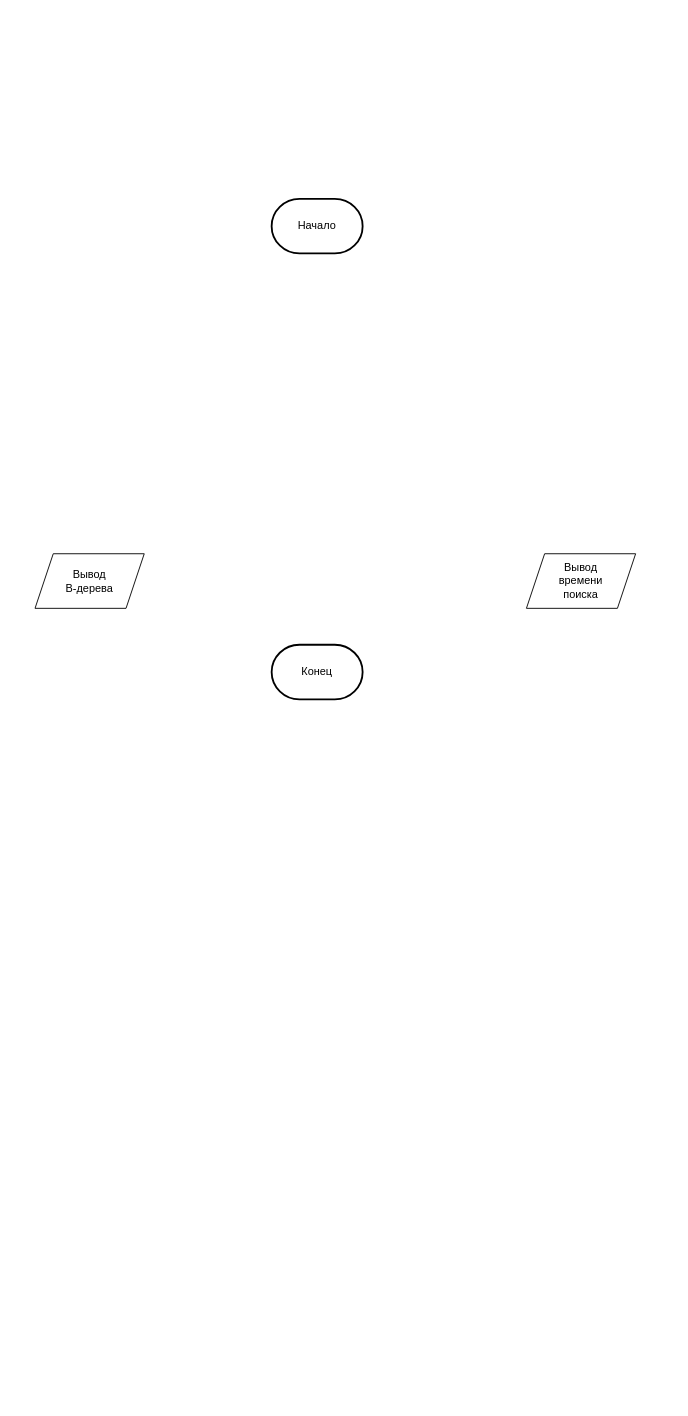
This is Scheme.drawio from IgromanA/Coursework, a draw.io file, before an edit. Source tidied: cells renumbered, new cells numbered last; positions are measured from the earlier drawing's top-left corner, leaving out a move shared by most shapes. Both pictures are drawn from the tidied source at 91%, with x=0, y=0 at pixel (35, 198).
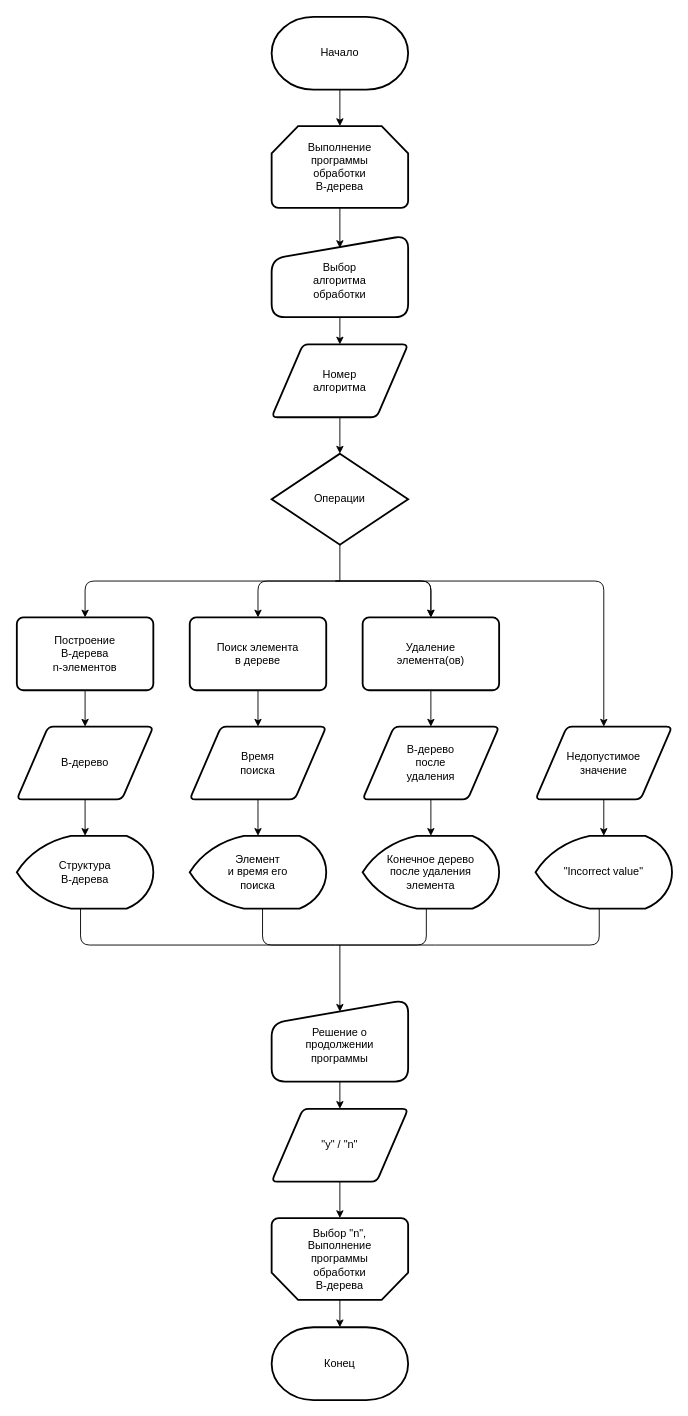
The same diagram, later.

Commit message:
Algorithm Flowchart

What changed in the source:
```diff
@@
+    <mxCell id="6" style="edgeStyle=none;html=1;entryX=0.5;entryY=0;entryDx=0;entryDy=0;entryPerimeter=0;" parent="1" edge="1" source="2" target="25">
+      <mxGeometry relative="1" as="geometry" />
+    </mxCell>
-    <mxCell id="2" value="Начало" style="strokeWidth=2;html=1;shape=mxgraph.flowchart.terminator;whiteSpace=wrap;" parent="1" vertex="1">
-      <mxGeometry x="260" width="100" height="60" as="geometry" />
+    <mxCell id="2" value="Начало" style="strokeWidth=2;html=1;shape=mxgraph.flowchart.terminator;whiteSpace=wrap;rounded=0;" parent="1" vertex="1">
+      <mxGeometry x="260" y="-200" width="150" height="80" as="geometry" />
     </mxCell>
-    <mxCell id="3" value="Вывод&lt;br&gt;В-дерева" style="shape=parallelogram;perimeter=parallelogramPerimeter;whiteSpace=wrap;html=1;fixedSize=1;" parent="1" vertex="1">
-      <mxGeometry y="390" width="120" height="60" as="geometry" />
-    </mxCell>
-    <mxCell id="4" value="Конец" style="strokeWidth=2;html=1;shape=mxgraph.flowchart.terminator;whiteSpace=wrap;" parent="1" vertex="1">
-      <mxGeometry x="260" y="490" width="100" height="60" as="geometry" />
+    <mxCell id="4" value="Конец" style="strokeWidth=2;html=1;shape=mxgraph.flowchart.terminator;whiteSpace=wrap;rounded=0;" parent="1" vertex="1">
+      <mxGeometry x="260" y="1240" width="150" height="80" as="geometry" />
     </mxCell>
-    <mxCell id="5" value="Вывод&lt;br&gt;времени&lt;br&gt;поиска" style="shape=parallelogram;perimeter=parallelogramPerimeter;whiteSpace=wrap;html=1;fixedSize=1;" parent="1" vertex="1">
-      <mxGeometry x="540" y="390" width="120" height="60" as="geometry" />
-    </mxCell>
+    <mxCell id="7" style="edgeStyle=none;html=1;entryX=0.5;entryY=0;entryDx=0;entryDy=0;" parent="1" edge="1" source="8" target="15">
+      <mxGeometry relative="1" as="geometry" />
+    </mxCell>
+    <mxCell id="8" value="Выбор&lt;br&gt;алгоритма&lt;br&gt;обработки" style="html=1;strokeWidth=2;shape=manualInput;whiteSpace=wrap;rounded=1;size=26;arcSize=29;verticalAlign=middle;spacing=0;spacingTop=10;" parent="1" vertex="1">
+      <mxGeometry x="260" y="40" width="150" height="90" as="geometry" />
+    </mxCell>
+    <mxCell id="9" style="edgeStyle=none;html=1;entryX=0.5;entryY=0;entryDx=0;entryDy=0;" parent="1" edge="1" target="29">
+      <mxGeometry relative="1" as="geometry">
+        <mxPoint x="330" y="420" as="sourcePoint" />
+        <Array as="points">
+          <mxPoint x="55" y="420" />
+        </Array>
+      </mxGeometry>
+    </mxCell>
+    <mxCell id="10" style="edgeStyle=none;html=1;entryX=0.5;entryY=0;entryDx=0;entryDy=0;" parent="1" edge="1" target="31">
+      <mxGeometry relative="1" as="geometry">
+        <mxPoint x="335" y="420" as="sourcePoint" />
+        <Array as="points">
+          <mxPoint x="245" y="420" />
+        </Array>
+      </mxGeometry>
+    </mxCell>
+    <mxCell id="11" style="edgeStyle=none;html=1;entryX=0.5;entryY=0;entryDx=0;entryDy=0;" parent="1" edge="1" target="33">
+      <mxGeometry relative="1" as="geometry">
+        <mxPoint x="330" y="420" as="sourcePoint" />
+        <Array as="points">
+          <mxPoint x="435" y="420" />
+        </Array>
+      </mxGeometry>
+    </mxCell>
+    <mxCell id="12" style="edgeStyle=none;html=1;entryX=0.5;entryY=0;entryDx=0;entryDy=0;" parent="1" edge="1" target="23">
+      <mxGeometry relative="1" as="geometry">
+        <mxPoint x="330" y="420" as="sourcePoint" />
+        <Array as="points">
+          <mxPoint x="625" y="420" />
+        </Array>
+      </mxGeometry>
+    </mxCell>
+    <mxCell id="13" value="Операции" style="strokeWidth=2;html=1;shape=mxgraph.flowchart.decision;whiteSpace=wrap;" parent="1" vertex="1">
+      <mxGeometry x="260" y="280" width="150" height="100" as="geometry" />
+    </mxCell>
+    <mxCell id="14" style="edgeStyle=none;html=1;entryX=0.5;entryY=0;entryDx=0;entryDy=0;entryPerimeter=0;" parent="1" edge="1" source="15" target="13">
+      <mxGeometry relative="1" as="geometry" />
+    </mxCell>
+    <mxCell id="15" value="Номер&lt;br&gt;алгоритма" style="shape=parallelogram;html=1;strokeWidth=2;perimeter=parallelogramPerimeter;whiteSpace=wrap;rounded=1;arcSize=12;size=0.23;" parent="1" vertex="1">
+      <mxGeometry x="260" y="160" width="150" height="80" as="geometry" />
+    </mxCell>
+    <mxCell id="16" style="edgeStyle=none;html=1;" parent="1" edge="1" source="17" target="45">
+      <mxGeometry relative="1" as="geometry" />
+    </mxCell>
+    <mxCell id="17" value="В-дерево" style="shape=parallelogram;html=1;strokeWidth=2;perimeter=parallelogramPerimeter;whiteSpace=wrap;rounded=1;arcSize=12;size=0.23;" parent="1" vertex="1">
+      <mxGeometry x="-20" y="580" width="150" height="80" as="geometry" />
+    </mxCell>
+    <mxCell id="18" style="edgeStyle=none;html=1;" parent="1" edge="1" source="19" target="46">
+      <mxGeometry relative="1" as="geometry" />
+    </mxCell>
+    <mxCell id="19" value="Время&lt;br&gt;поиска" style="shape=parallelogram;html=1;strokeWidth=2;perimeter=parallelogramPerimeter;whiteSpace=wrap;rounded=1;arcSize=12;size=0.23;" parent="1" vertex="1">
+      <mxGeometry x="170" y="580" width="150" height="80" as="geometry" />
+    </mxCell>
+    <mxCell id="20" style="edgeStyle=none;html=1;" parent="1" edge="1" source="21" target="47">
+      <mxGeometry relative="1" as="geometry" />
+    </mxCell>
+    <mxCell id="21" value="В-дерево&lt;br&gt;после&lt;br&gt;удаления" style="shape=parallelogram;html=1;strokeWidth=2;perimeter=parallelogramPerimeter;whiteSpace=wrap;rounded=1;arcSize=12;size=0.23;" parent="1" vertex="1">
+      <mxGeometry x="360" y="580" width="150" height="80" as="geometry" />
+    </mxCell>
+    <mxCell id="22" style="edgeStyle=none;html=1;" parent="1" edge="1" source="23" target="48">
+      <mxGeometry relative="1" as="geometry" />
+    </mxCell>
+    <mxCell id="23" value="Недопустимое&lt;br&gt;значение" style="shape=parallelogram;html=1;strokeWidth=2;perimeter=parallelogramPerimeter;whiteSpace=wrap;rounded=1;arcSize=12;size=0.23;" parent="1" vertex="1">
+      <mxGeometry x="550" y="580" width="150" height="80" as="geometry" />
+    </mxCell>
+    <mxCell id="24" style="edgeStyle=none;html=1;entryX=0.5;entryY=0.156;entryDx=0;entryDy=0;entryPerimeter=0;" parent="1" edge="1" source="25" target="8">
+      <mxGeometry relative="1" as="geometry" />
+    </mxCell>
+    <mxCell id="25" value="Выполнение&lt;br&gt;программы&lt;br&gt;обработки&lt;br&gt;В-дерева" style="strokeWidth=2;html=1;shape=mxgraph.flowchart.loop_limit;whiteSpace=wrap;" parent="1" vertex="1">
+      <mxGeometry x="260" y="-80" width="150" height="90" as="geometry" />
+    </mxCell>
+    <mxCell id="26" style="edgeStyle=none;html=1;entryX=0.5;entryY=0;entryDx=0;entryDy=0;entryPerimeter=0;" parent="1" edge="1" source="27" target="4">
+      <mxGeometry relative="1" as="geometry" />
+    </mxCell>
+    <mxCell id="27" value="Выбор &quot;n&quot;,&lt;br&gt;Выполнение&lt;br&gt;программы&lt;br&gt;обработки&lt;br&gt;В-дерева" style="strokeWidth=2;shape=mxgraph.flowchart.loop_limit;rotation=0;verticalAlign=middle;horizontal=1;whiteSpace=wrap;html=1;spacingBottom=0;direction=west;" parent="1" vertex="1">
+      <mxGeometry x="260" y="1120" width="150" height="90" as="geometry" />
+    </mxCell>
+    <mxCell id="28" style="edgeStyle=none;html=1;" parent="1" edge="1" source="29" target="17">
+      <mxGeometry relative="1" as="geometry" />
+    </mxCell>
+    <mxCell id="29" value="Построение&lt;br&gt;В-дерева&lt;br&gt;n-элементов" style="rounded=1;whiteSpace=wrap;html=1;absoluteArcSize=1;arcSize=14;strokeWidth=2;" parent="1" vertex="1">
+      <mxGeometry x="-20" y="460" width="150" height="80" as="geometry" />
+    </mxCell>
+    <mxCell id="30" style="edgeStyle=none;html=1;" parent="1" edge="1" source="31" target="19">
+      <mxGeometry relative="1" as="geometry" />
+    </mxCell>
+    <mxCell id="31" value="Поиск элемента&lt;br&gt;в дереве" style="rounded=1;whiteSpace=wrap;html=1;absoluteArcSize=1;arcSize=14;strokeWidth=2;" parent="1" vertex="1">
+      <mxGeometry x="170" y="460" width="150" height="80" as="geometry" />
+    </mxCell>
+    <mxCell id="32" style="edgeStyle=none;html=1;" parent="1" edge="1" source="33" target="21">
+      <mxGeometry relative="1" as="geometry" />
+    </mxCell>
+    <mxCell id="33" value="Удаление&lt;br&gt;элемента(ов)" style="rounded=1;whiteSpace=wrap;html=1;absoluteArcSize=1;arcSize=14;strokeWidth=2;" parent="1" vertex="1">
+      <mxGeometry x="360" y="460" width="150" height="80" as="geometry" />
+    </mxCell>
+    <mxCell id="34" style="endArrow=none;html=1;entryX=0.5;entryY=1;entryDx=0;entryDy=0;entryPerimeter=0;" parent="1" edge="1" target="13">
+      <mxGeometry relative="1" as="geometry">
+        <mxPoint x="335" y="420" as="sourcePoint" />
+      </mxGeometry>
+    </mxCell>
+    <mxCell id="35" style="endArrow=none;html=1;" parent="1" edge="1">
+      <mxGeometry relative="1" as="geometry">
+        <mxPoint x="50" y="780" as="sourcePoint" />
+        <mxPoint x="330" y="820" as="targetPoint" />
+        <Array as="points">
+          <mxPoint x="50" y="820" />
+        </Array>
+      </mxGeometry>
+    </mxCell>
+    <mxCell id="36" style="endArrow=none;html=1;" parent="1" edge="1">
+      <mxGeometry relative="1" as="geometry">
+        <mxPoint x="250" y="780" as="sourcePoint" />
+        <mxPoint x="330" y="820" as="targetPoint" />
+        <Array as="points">
+          <mxPoint x="250" y="820" />
+        </Array>
+      </mxGeometry>
+    </mxCell>
+    <mxCell id="37" style="endArrow=none;html=1;exitX=0.5;exitY=1;exitDx=0;exitDy=0;" parent="1" edge="1">
+      <mxGeometry relative="1" as="geometry">
+        <mxPoint x="430" y="780" as="sourcePoint" />
+        <mxPoint x="330" y="820" as="targetPoint" />
+        <Array as="points">
+          <mxPoint x="430" y="820" />
+        </Array>
+      </mxGeometry>
+    </mxCell>
+    <mxCell id="38" style="endArrow=none;html=1;exitX=0.5;exitY=1;exitDx=0;exitDy=0;" parent="1" edge="1">
+      <mxGeometry relative="1" as="geometry">
+        <mxPoint x="620" y="780" as="sourcePoint" />
+        <mxPoint x="330" y="820" as="targetPoint" />
+        <Array as="points">
+          <mxPoint x="620" y="820" />
+          <mxPoint x="430" y="820" />
+        </Array>
+      </mxGeometry>
+    </mxCell>
+    <mxCell id="39" style="edgeStyle=none;html=1;entryX=0.5;entryY=0;entryDx=0;entryDy=0;" parent="1" edge="1" target="33">
+      <mxGeometry relative="1" as="geometry">
+        <mxPoint x="330" y="420" as="sourcePoint" />
+        <Array as="points">
+          <mxPoint x="435" y="420" />
+        </Array>
+      </mxGeometry>
+    </mxCell>
+    <mxCell id="40" style="endArrow=classic;html=1;entryX=0.5;entryY=0.148;entryDx=0;entryDy=0;entryPerimeter=0;" parent="1" edge="1" target="42">
+      <mxGeometry relative="1" as="geometry">
+        <mxPoint x="335" y="820" as="sourcePoint" />
+      </mxGeometry>
+    </mxCell>
+    <mxCell id="41" style="edgeStyle=none;html=1;" parent="1" edge="1" source="42" target="44">
+      <mxGeometry relative="1" as="geometry" />
+    </mxCell>
+    <mxCell id="42" value="Решение о&lt;br&gt;продолжении&lt;br&gt;программы" style="html=1;strokeWidth=2;shape=manualInput;whiteSpace=wrap;rounded=1;size=26;arcSize=29;spacingTop=10;" parent="1" vertex="1">
+      <mxGeometry x="260" y="880" width="150" height="90" as="geometry" />
+    </mxCell>
+    <mxCell id="43" style="edgeStyle=none;html=1;" parent="1" edge="1" source="44" target="27">
+      <mxGeometry relative="1" as="geometry" />
+    </mxCell>
+    <mxCell id="44" value="&quot;y&quot; / &quot;n&quot;" style="shape=parallelogram;html=1;strokeWidth=2;perimeter=parallelogramPerimeter;whiteSpace=wrap;rounded=1;arcSize=12;size=0.23;" parent="1" vertex="1">
+      <mxGeometry x="260" y="1000" width="150" height="80" as="geometry" />
+    </mxCell>
+    <mxCell id="45" value="Структура&lt;br&gt;В-дерева" style="strokeWidth=2;html=1;shape=mxgraph.flowchart.display;whiteSpace=wrap;" parent="1" vertex="1">
+      <mxGeometry x="-20" y="700" width="150" height="80" as="geometry" />
+    </mxCell>
+    <mxCell id="46" value="Элемент&lt;br&gt;и время его&lt;br&gt;поиска" style="strokeWidth=2;html=1;shape=mxgraph.flowchart.display;whiteSpace=wrap;" parent="1" vertex="1">
+      <mxGeometry x="170" y="700" width="150" height="80" as="geometry" />
+    </mxCell>
+    <mxCell id="47" value="Конечное дерево&lt;br&gt;после удаления&lt;br&gt;элемента" style="strokeWidth=2;html=1;shape=mxgraph.flowchart.display;whiteSpace=wrap;" parent="1" vertex="1">
+      <mxGeometry x="360" y="700" width="150" height="80" as="geometry" />
+    </mxCell>
+    <mxCell id="48" value="&quot;Incorrect value&quot;" style="strokeWidth=2;html=1;shape=mxgraph.flowchart.display;whiteSpace=wrap;" parent="1" vertex="1">
+      <mxGeometry x="550" y="700" width="150" height="80" as="geometry" />
+    </mxCell>
```
